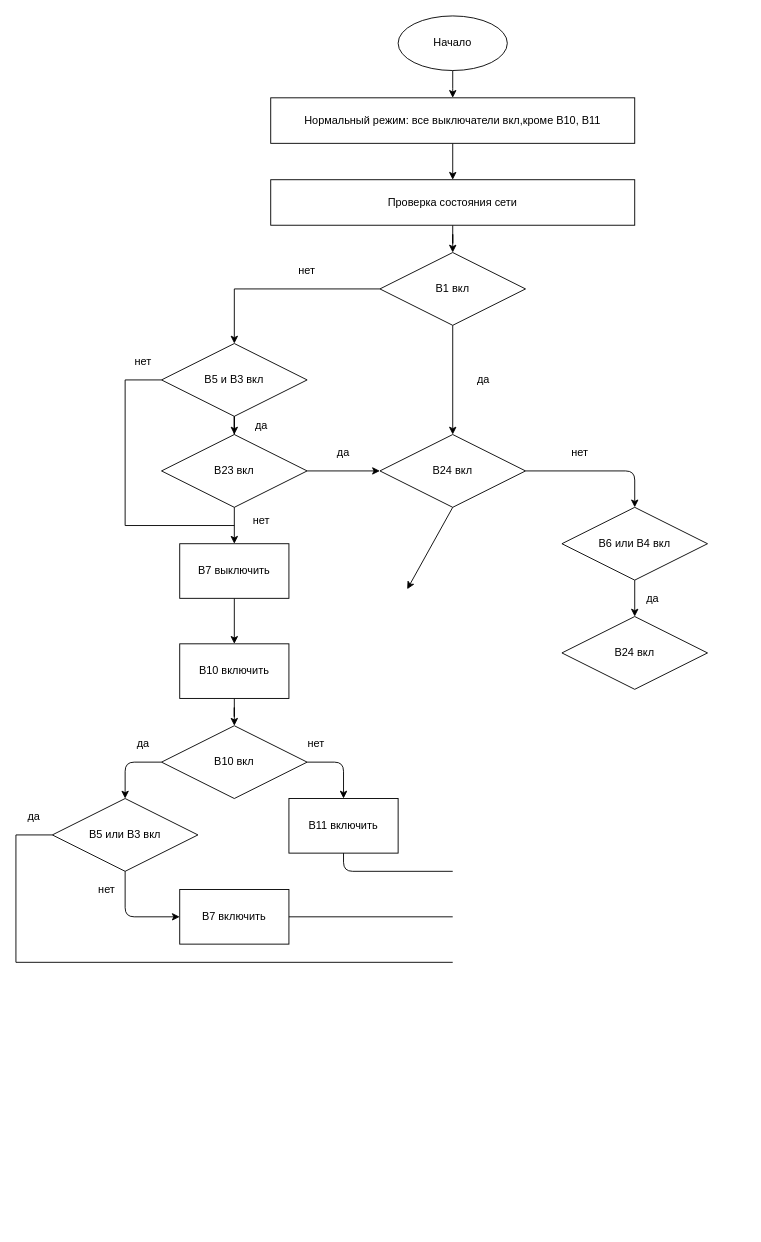
Before: Untitled Diagram.drawio in MariPron/My_First_Repo, a draw.io diagram. Source tidied: cells renumbered, new cells numbered last; positions are measured from the earlier drawing's top-left corner, leaving out a move shared by most shapes. Both pictures are drawn from the tidied source at 91%, with x=0, y=0 at pixel (15, 15).
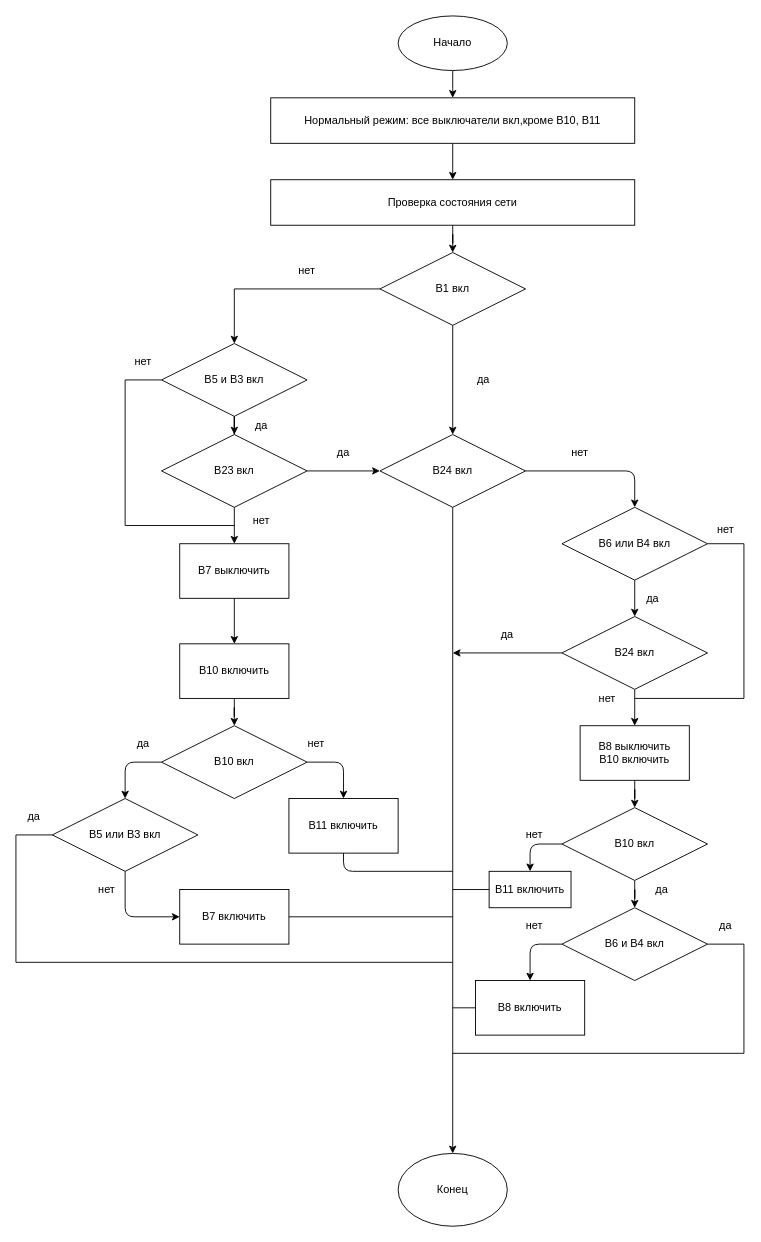
The same diagram, later.

Commit message:
Update Unt3333333itled Diagram.drawio

Unchanged cells that the change refers to:
```xml
<mxCell id="11" value="В24 вкл" style="rhombus;whiteSpace=wrap;html=1;" parent="1" vertex="1">
  <mxGeometry x="400" y="460" width="160" height="80" as="geometry" />
</mxCell>
<mxCell id="47" value="В6 или В4 вкл" style="rhombus;whiteSpace=wrap;html=1;" parent="1" vertex="1">
  <mxGeometry x="600" y="540" width="160" height="80" as="geometry" />
</mxCell>
<mxCell id="48" value="В24 вкл" style="rhombus;whiteSpace=wrap;html=1;" parent="1" vertex="1">
  <mxGeometry x="600" y="660" width="160" height="80" as="geometry" />
</mxCell>
```

What changed in the source:
```diff
@@
     <mxCell id="52" style="endArrow=classic;html=1;exitX=0.5;exitY=1;exitDx=0;exitDy=0;" parent="1" edge="1" source="11">
       <mxGeometry relative="1" as="geometry">
-        <mxPoint x="430" y="630" as="targetPoint" />
+        <mxPoint x="480" y="1250" as="targetPoint" />
       </mxGeometry>
     </mxCell>
+    <mxCell id="53" style="endArrow=classic;html=1;exitX=0.5;exitY=1;exitDx=0;exitDy=0;" parent="1" edge="1" source="48">
+      <mxGeometry relative="1" as="geometry">
+        <mxPoint x="680" y="780" as="targetPoint" />
+      </mxGeometry>
+    </mxCell>
+    <mxCell id="54" style="endArrow=none;html=1;entryX=1;entryY=0.5;entryDx=0;entryDy=0;" parent="1" edge="1" target="47">
+      <mxGeometry relative="1" as="geometry">
+        <mxPoint x="800" y="580" as="sourcePoint" />
+      </mxGeometry>
+    </mxCell>
+    <mxCell id="55" style="endArrow=none;html=1;" parent="1" edge="1">
+      <mxGeometry relative="1" as="geometry">
+        <mxPoint x="800" y="750" as="sourcePoint" />
+        <mxPoint x="800" y="580" as="targetPoint" />
+      </mxGeometry>
+    </mxCell>
+    <mxCell id="56" style="endArrow=none;html=1;" parent="1" edge="1">
+      <mxGeometry relative="1" as="geometry">
+        <mxPoint x="680" y="750" as="sourcePoint" />
+        <mxPoint x="800" y="750" as="targetPoint" />
+      </mxGeometry>
+    </mxCell>
+    <mxCell id="57" value="нет" style="text;html=1;strokeColor=none;fillColor=none;align=center;verticalAlign=middle;whiteSpace=wrap;rounded=0;" parent="1" vertex="1">
+      <mxGeometry x="760" y="555" width="40" height="20" as="geometry" />
+    </mxCell>
+    <mxCell id="58" style="endArrow=classic;html=1;exitX=0;exitY=0.5;exitDx=0;exitDy=0;" parent="1" edge="1" source="48">
+      <mxGeometry relative="1" as="geometry">
+        <mxPoint x="480" y="700" as="targetPoint" />
+      </mxGeometry>
+    </mxCell>
+    <mxCell id="59" value="да" style="text;html=1;strokeColor=none;fillColor=none;align=center;verticalAlign=middle;whiteSpace=wrap;rounded=0;" parent="1" vertex="1">
+      <mxGeometry x="520" y="670" width="40" height="20" as="geometry" />
+    </mxCell>
+    <mxCell id="60" value="нет" style="text;html=1;strokeColor=none;fillColor=none;align=center;verticalAlign=middle;whiteSpace=wrap;rounded=0;" parent="1" vertex="1">
+      <mxGeometry x="630" y="740" width="40" height="20" as="geometry" />
+    </mxCell>
+    <mxCell id="61" style="edgeStyle=orthogonalEdgeStyle;rounded=0;jettySize=auto;html=1;" parent="1" edge="1" source="62" target="64">
+      <mxGeometry relative="1" as="geometry" />
+    </mxCell>
+    <mxCell id="62" value="В8 выключить&lt;br&gt;В10 включить" style="rounded=0;whiteSpace=wrap;html=1;" parent="1" vertex="1">
+      <mxGeometry x="620" y="780" width="120" height="60" as="geometry" />
+    </mxCell>
+    <mxCell id="63" style="edgeStyle=orthogonalEdgeStyle;rounded=0;jettySize=auto;html=1;" parent="1" edge="1" source="64" target="65">
+      <mxGeometry relative="1" as="geometry" />
+    </mxCell>
+    <mxCell id="64" value="В10 вкл" style="rhombus;whiteSpace=wrap;html=1;" parent="1" vertex="1">
+      <mxGeometry x="600" y="870" width="160" height="80" as="geometry" />
+    </mxCell>
+    <mxCell id="65" value="В6 и В4 вкл" style="rhombus;whiteSpace=wrap;html=1;" parent="1" vertex="1">
+      <mxGeometry x="600" y="980" width="160" height="80" as="geometry" />
+    </mxCell>
+    <mxCell id="66" value="В11 включить" style="rounded=0;whiteSpace=wrap;html=1;" parent="1" vertex="1">
+      <mxGeometry x="520" y="940" width="90" height="40" as="geometry" />
+    </mxCell>
+    <mxCell id="67" style="endArrow=classic;html=1;exitX=0;exitY=0.5;exitDx=0;exitDy=0;entryX=0.5;entryY=0;entryDx=0;entryDy=0;" parent="1" edge="1" source="64" target="66">
+      <mxGeometry relative="1" as="geometry">
+        <Array as="points">
+          <mxPoint x="565" y="910" />
+        </Array>
+      </mxGeometry>
+    </mxCell>
+    <mxCell id="68" value="нет" style="text;html=1;strokeColor=none;fillColor=none;align=center;verticalAlign=middle;whiteSpace=wrap;rounded=0;" parent="1" vertex="1">
+      <mxGeometry x="550" y="890" width="40" height="20" as="geometry" />
+    </mxCell>
+    <mxCell id="69" value="да" style="text;html=1;strokeColor=none;fillColor=none;align=center;verticalAlign=middle;whiteSpace=wrap;rounded=0;" parent="1" vertex="1">
+      <mxGeometry x="690" y="950" width="40" height="20" as="geometry" />
+    </mxCell>
+    <mxCell id="70" value="В8 включить" style="rounded=0;whiteSpace=wrap;html=1;" parent="1" vertex="1">
+      <mxGeometry x="505" y="1060" width="120" height="60" as="geometry" />
+    </mxCell>
+    <mxCell id="71" style="endArrow=classic;html=1;entryX=0.5;entryY=0;entryDx=0;entryDy=0;exitX=0;exitY=0.5;exitDx=0;exitDy=0;" parent="1" edge="1" source="65" target="70">
+      <mxGeometry relative="1" as="geometry">
+        <Array as="points">
+          <mxPoint x="565" y="1020" />
+        </Array>
+      </mxGeometry>
+    </mxCell>
+    <mxCell id="72" value="нет" style="text;html=1;strokeColor=none;fillColor=none;align=center;verticalAlign=middle;whiteSpace=wrap;rounded=0;" parent="1" vertex="1">
+      <mxGeometry x="550" y="990" width="40" height="20" as="geometry" />
+    </mxCell>
+    <mxCell id="73" style="endArrow=none;html=1;exitX=0;exitY=0.5;exitDx=0;exitDy=0;" parent="1" edge="1" source="70">
+      <mxGeometry relative="1" as="geometry">
+        <mxPoint x="480" y="1090" as="targetPoint" />
+      </mxGeometry>
+    </mxCell>
+    <mxCell id="74" style="endArrow=none;html=1;entryX=0;entryY=0.5;entryDx=0;entryDy=0;" parent="1" edge="1" target="66">
+      <mxGeometry relative="1" as="geometry">
+        <mxPoint x="480" y="960" as="sourcePoint" />
+      </mxGeometry>
+    </mxCell>
+    <mxCell id="75" style="endArrow=none;html=1;exitX=1;exitY=0.5;exitDx=0;exitDy=0;" parent="1" edge="1" source="65">
+      <mxGeometry relative="1" as="geometry">
+        <mxPoint x="800" y="1020" as="targetPoint" />
+      </mxGeometry>
+    </mxCell>
+    <mxCell id="76" style="endArrow=none;html=1;" parent="1" edge="1">
+      <mxGeometry relative="1" as="geometry">
+        <mxPoint x="800" y="1140" as="sourcePoint" />
+        <mxPoint x="800" y="1020" as="targetPoint" />
+      </mxGeometry>
+    </mxCell>
+    <mxCell id="77" style="endArrow=none;html=1;" parent="1" edge="1">
+      <mxGeometry relative="1" as="geometry">
+        <mxPoint x="800" y="1140" as="sourcePoint" />
+        <mxPoint x="480" y="1140" as="targetPoint" />
+      </mxGeometry>
+    </mxCell>
+    <mxCell id="78" value="да" style="text;html=1;strokeColor=none;fillColor=none;align=center;verticalAlign=middle;whiteSpace=wrap;rounded=0;" parent="1" vertex="1">
+      <mxGeometry x="760" y="990" width="40" height="20" as="geometry" />
+    </mxCell>
+    <mxCell id="79" value="Конец" style="ellipse;whiteSpace=wrap;html=1;" parent="1" vertex="1">
+      <mxGeometry x="420" y="1250" width="120" height="80" as="geometry" />
+    </mxCell>
```
